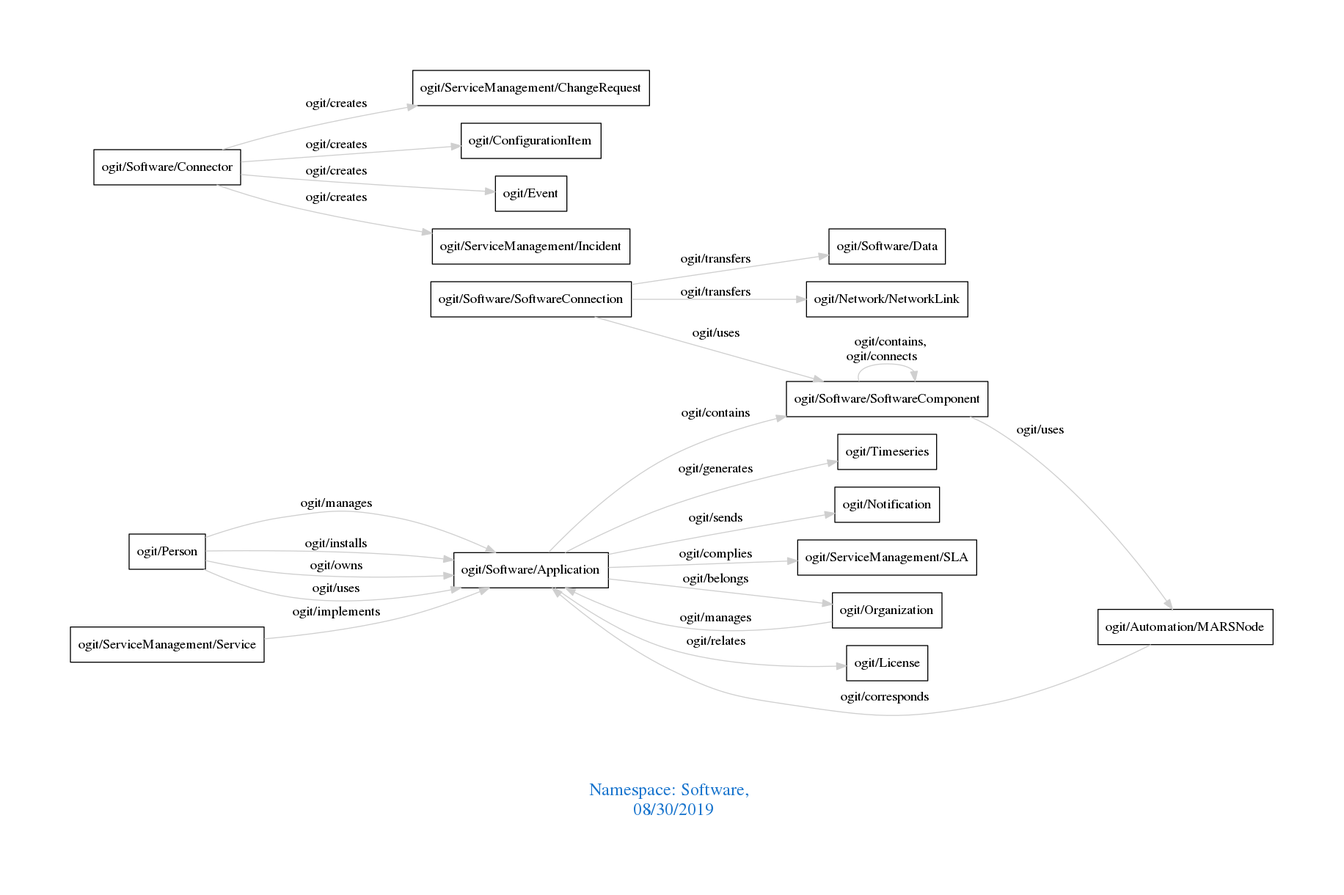
The Graphviz diagram downloads/Software.png in arago/OGIT, before a commit. Its source is kept beside it as downloads/Software.dot. The source it was exported from:
```dot
digraph OGIT_ontology {
 graph [ rankdir= LR,pad=1
fontsize = 18,
fontcolor= dodgerblue3,label = "\n\n\nNamespace: Software, \n 08/30/2019"];
node[shape=polygon];
edge [  color="gray81"];

   "ogit/Software/Application" -> "ogit/Software/SoftwareComponent" [label="   ogit/contains    "];
   "ogit/Organization" -> "ogit/Software/Application" [label="   ogit/manages    "];
   "ogit/Person" -> "ogit/Software/Application" [label="   ogit/manages    "];
   "ogit/Software/Application" -> "ogit/Timeseries" [label="   ogit/generates    "];
   "ogit/Software/Application" -> "ogit/Notification" [label="   ogit/sends    "];
   "ogit/Software/Connector" -> "ogit/ServiceManagement/ChangeRequest" [label="   ogit/creates    "];
   "ogit/Software/Connector" -> "ogit/ConfigurationItem" [label="   ogit/creates    "];
   "ogit/Software/Connector" -> "ogit/Event" [label="   ogit/creates    "];
   "ogit/Software/Connector" -> "ogit/ServiceManagement/Incident" [label="   ogit/creates    "];
   "ogit/Software/Application" -> "ogit/ServiceManagement/SLA" [label="   ogit/complies    "];
   "ogit/Automation/MARSNode" -> "ogit/Software/Application" [label="   ogit/corresponds    "];
   "ogit/Person" -> "ogit/Software/Application" [label="   ogit/installs    "];
   "ogit/Software/SoftwareConnection" -> "ogit/Software/Data" [label="   ogit/transfers    "];
   "ogit/Software/SoftwareConnection" -> "ogit/Network/NetworkLink" [label="   ogit/transfers    "];
   "ogit/ServiceManagement/Service" -> "ogit/Software/Application" [label="   ogit/implements    "];
   "ogit/Person" -> "ogit/Software/Application" [label="   ogit/owns    "];
   "ogit/Software/Application" -> "ogit/Organization" [label="   ogit/belongs    "];
   "ogit/Software/SoftwareComponent" -> "ogit/Automation/MARSNode" [label="   ogit/uses    "];
   "ogit/Software/SoftwareConnection" -> "ogit/Software/SoftwareComponent" [label="   ogit/uses    "];
   "ogit/Person" -> "ogit/Software/Application" [label="   ogit/uses    "];
   "ogit/Software/Application" -> "ogit/License" [label="   ogit/relates    "];
   "ogit/Software/SoftwareComponent" -> "ogit/Software/SoftwareComponent" [label="   ogit/contains, \n ogit/connects    "];
}
```
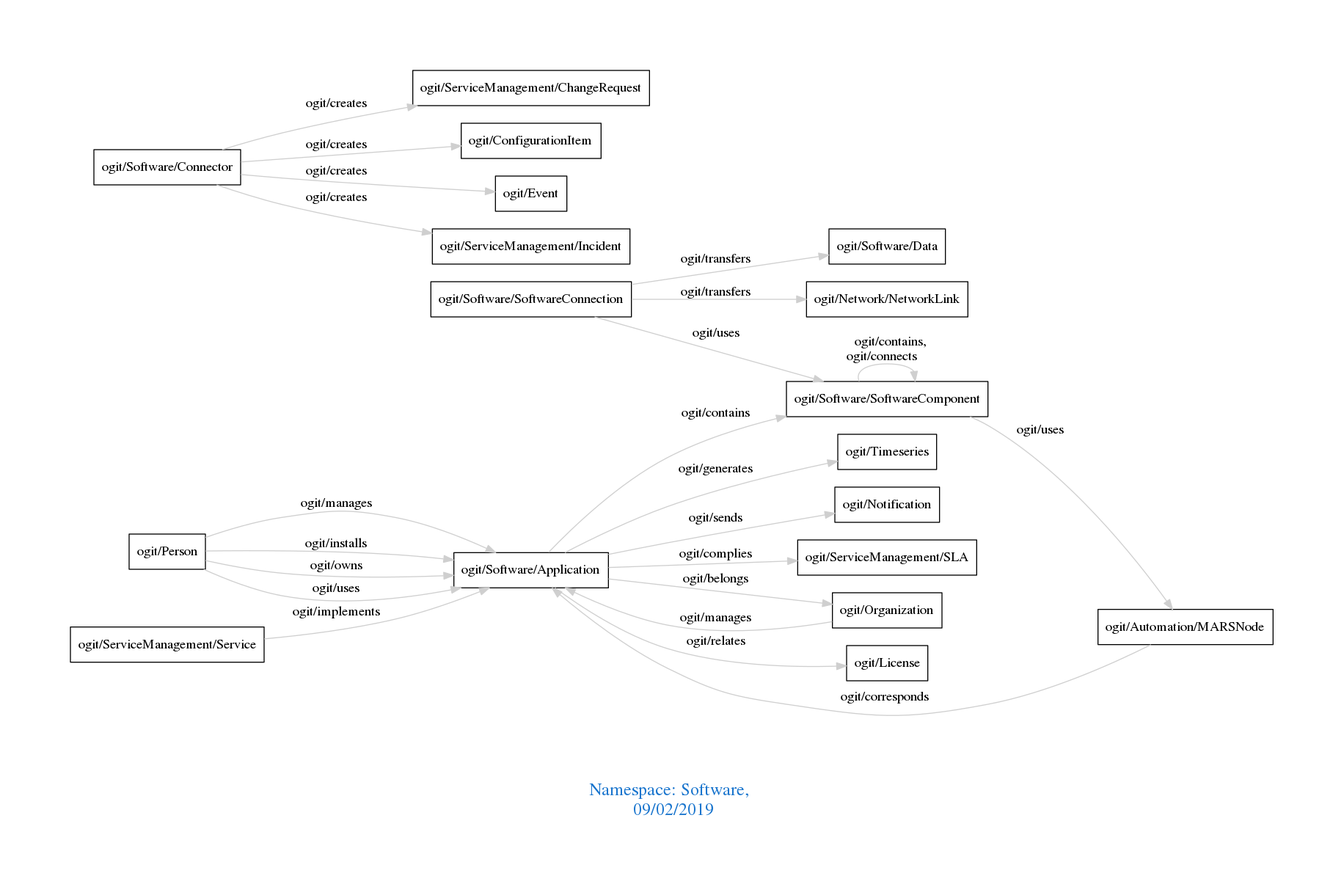
The same diagram one commit later.

Change to the diagram source:
```diff
@@ -1,7 +1,7 @@
 digraph OGIT_ontology {
  graph [ rankdir= LR,pad=1
 fontsize = 18,
-fontcolor= dodgerblue3,label = "\n\n\nNamespace: Software, \n 08/30/2019"];
+fontcolor= dodgerblue3,label = "\n\n\nNamespace: Software, \n 09/02/2019"];
 node[shape=polygon];
 edge [  color="gray81"];
 
```
